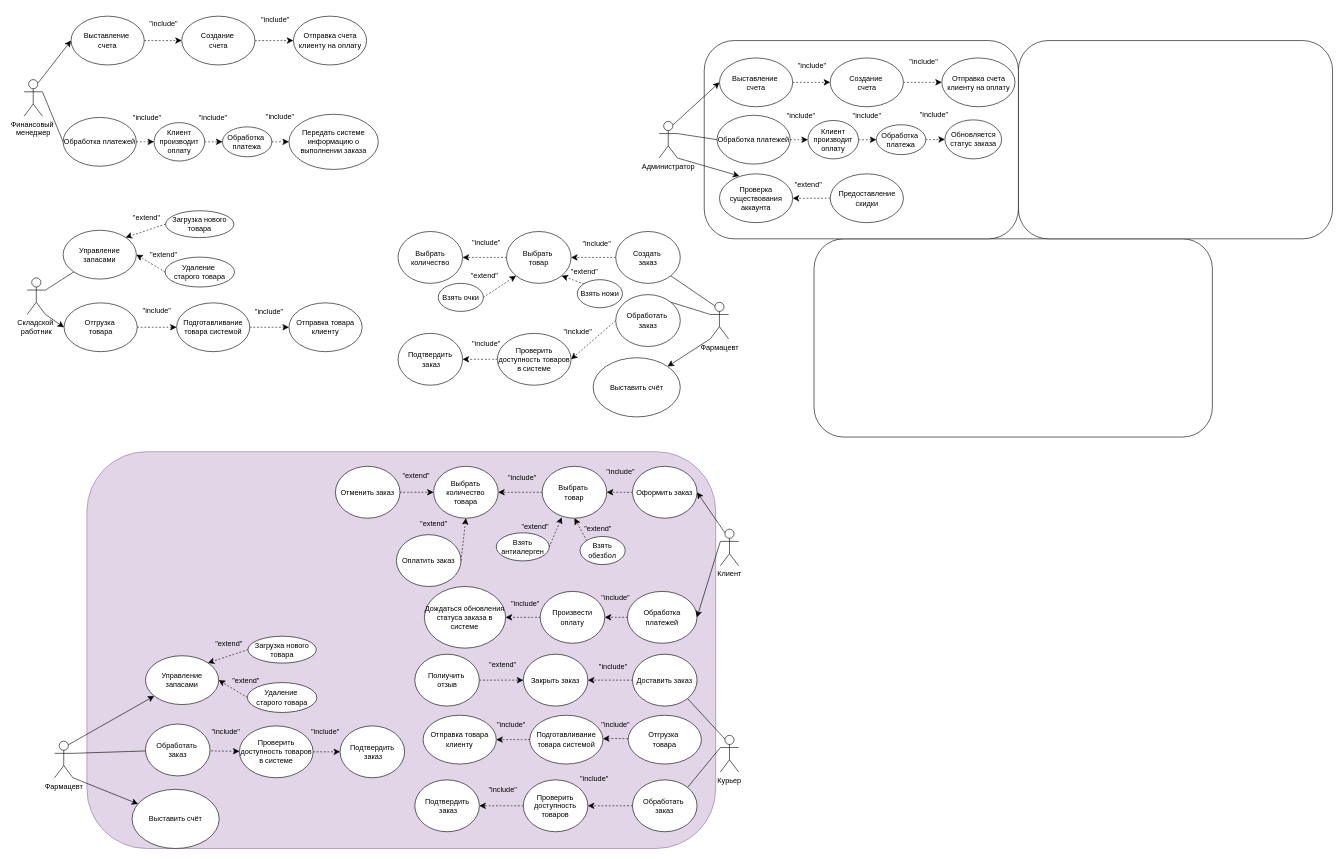
The draw.io diagram page "Page-1" (1 of 2) of 1.drawio in Helpmepleaseitishard/Aikms, before the edit. Source tidied: cells renumbered, new cells numbered last; positions are measured from the earlier drawing's top-left corner, leaving out a move shared by most shapes. Both pictures are drawn from the tidied source at 61%, with x=0, y=0 at pixel (24, 10).
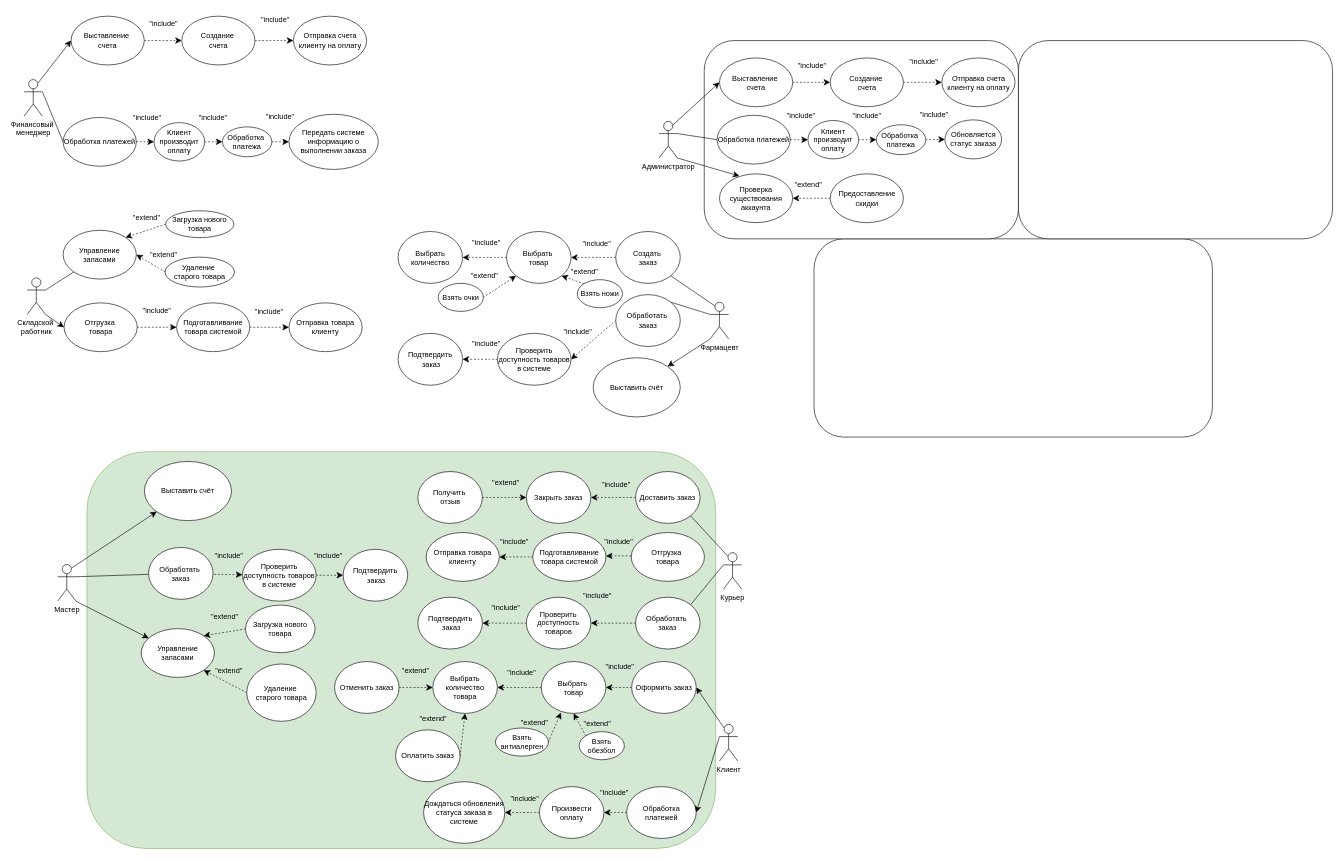
Above is the later version.

Diff of the diagram source:
```diff
@@
-    <mxCell id="2" style="rounded=1;whiteSpace=wrap;html=1;fillColor=#e1d5e7;strokeColor=#9673a6;" parent="1" vertex="1">
+    <mxCell id="2" style="rounded=1;whiteSpace=wrap;html=1;fillColor=#d5e8d4;strokeColor=#82b366;" parent="1" vertex="1">
       <mxGeometry x="103" y="723" width="1030.8" height="650.5" as="geometry" />
     </mxCell>
@@
     <mxCell id="51" value="Обработка платежей&lt;span style=&quot;&quot;&gt;&lt;br&gt;&lt;/span&gt;" style="ellipse;whiteSpace=wrap;html=1;" parent="1" vertex="1">
-      <mxGeometry x="989.1" y="952" width="114" height="85" as="geometry" />
+      <mxGeometry x="987.8" y="1272" width="114" height="85" as="geometry" />
     </mxCell>
@@
     <mxCell id="53" value="Произвести оплату" style="ellipse;whiteSpace=wrap;html=1;" parent="1" vertex="1">
-      <mxGeometry x="846.1" y="952" width="105.8" height="85" as="geometry" />
+      <mxGeometry x="844.8" y="1272" width="105.8" height="85" as="geometry" />
     </mxCell>
     <mxCell id="54" value="&lt;div&gt;Дождаться обновления статуса заказа в системе&lt;br&gt;&lt;/div&gt;" style="ellipse;whiteSpace=wrap;html=1;" parent="1" vertex="1">
-      <mxGeometry x="656.2" y="944" width="133.2" height="101" as="geometry" />
+      <mxGeometry x="654.9" y="1264" width="133.2" height="101" as="geometry" />
     </mxCell>
     <mxCell id="55" value="&lt;span style=&quot;&quot;&gt;&quot;include&quot;&lt;/span&gt;" style="text;html=1;align=center;verticalAlign=middle;whiteSpace=wrap;rounded=0;" parent="1" vertex="1">
-      <mxGeometry x="939.6" y="948" width="60" height="30" as="geometry" />
+      <mxGeometry x="938.2" y="1268" width="60" height="30" as="geometry" />
     </mxCell>
     <mxCell id="56" value="&lt;span style=&quot;&quot;&gt;&quot;include&quot;&lt;/span&gt;" style="text;html=1;align=center;verticalAlign=middle;whiteSpace=wrap;rounded=0;" parent="1" vertex="1">
-      <mxGeometry x="792.1" y="957" width="60" height="30" as="geometry" />
+      <mxGeometry x="790.8" y="1277" width="60" height="30" as="geometry" />
     </mxCell>
@@
     <mxCell id="81" value="Курьер" style="shape=umlActor;verticalLabelPosition=bottom;verticalAlign=top;html=1;outlineConnect=0;fontColor=#000000;" parent="1" vertex="1">
-      <mxGeometry x="1141.4" y="1188" width="30" height="60" as="geometry" />
+      <mxGeometry x="1146.4" y="888.5" width="30" height="60" as="geometry" />
     </mxCell>
@@
     <mxCell id="84" value="Клиент" style="shape=umlActor;verticalLabelPosition=bottom;verticalAlign=top;html=1;outlineConnect=0;fontColor=#000000;" parent="1" vertex="1">
-      <mxGeometry x="1141.4" y="850" width="30" height="60" as="geometry" />
+      <mxGeometry x="1140" y="1170" width="30" height="60" as="geometry" />
     </mxCell>
@@
     <mxCell id="86" value="Доставить заказ" style="ellipse;whiteSpace=wrap;html=1;fontColor=#000000;" parent="1" vertex="1">
-      <mxGeometry x="997.4" y="1055" width="105.8" height="85" as="geometry" />
+      <mxGeometry x="1002.4" y="755.5" width="105.8" height="85" as="geometry" />
     </mxCell>
@@
     <mxCell id="88" value="&lt;div&gt;&lt;span style=&quot;&quot;&gt;Обработать&amp;nbsp;&lt;/span&gt;&lt;/div&gt;&lt;div&gt;&lt;span style=&quot;&quot;&gt;заказ&lt;/span&gt;&lt;/div&gt;" style="ellipse;whiteSpace=wrap;html=1;fontColor=#000000;" parent="1" vertex="1">
-      <mxGeometry x="997.4" y="1261" width="105.8" height="85" as="geometry" />
+      <mxGeometry x="1002.4" y="961.5" width="105.8" height="85" as="geometry" />
     </mxCell>
@@
     <mxCell id="90" value="Закрыть заказ" style="ellipse;whiteSpace=wrap;html=1;fontColor=#000000;" parent="1" vertex="1">
-      <mxGeometry x="818.4" y="1055" width="105.8" height="85" as="geometry" />
+      <mxGeometry x="823.4" y="755.5" width="105.8" height="85" as="geometry" />
     </mxCell>
@@
     <mxCell id="92" value="Проверить доступность товаров" style="ellipse;whiteSpace=wrap;html=1;fontColor=#000000;" parent="1" vertex="1">
-      <mxGeometry x="818.4" y="1261" width="105.8" height="85" as="geometry" />
+      <mxGeometry x="823.4" y="961.5" width="105.8" height="85" as="geometry" />
     </mxCell>
-    <mxCell id="93" value="&lt;div&gt;Полиучить&amp;nbsp;&lt;/div&gt;&lt;div&gt;отзыв&lt;/div&gt;" style="ellipse;whiteSpace=wrap;html=1;fontColor=#000000;" parent="1" vertex="1">
-      <mxGeometry x="640.5" y="1055" width="105.8" height="85" as="geometry" />
+    <mxCell id="93" value="&lt;div&gt;Получить&amp;nbsp;&lt;/div&gt;&lt;div&gt;отзыв&lt;/div&gt;" style="ellipse;whiteSpace=wrap;html=1;fontColor=#000000;" parent="1" vertex="1">
+      <mxGeometry x="645.5" y="755.5" width="105.8" height="85" as="geometry" />
     </mxCell>
     <mxCell id="94" value="&lt;div&gt;Подтвердить&lt;/div&gt;&lt;div&gt;&amp;nbsp;заказ&lt;/div&gt;" style="ellipse;whiteSpace=wrap;html=1;fontColor=#000000;" parent="1" vertex="1">
-      <mxGeometry x="640.5" y="1261" width="105.8" height="85" as="geometry" />
+      <mxGeometry x="645.5" y="961.5" width="105.8" height="85" as="geometry" />
     </mxCell>
@@
     <mxCell id="108" value="Оформить заказ" style="ellipse;whiteSpace=wrap;html=1;fontColor=#000000;" parent="1" vertex="1">
-      <mxGeometry x="997.4" y="747" width="105.8" height="85" as="geometry" />
+      <mxGeometry x="996" y="1067" width="105.8" height="85" as="geometry" />
     </mxCell>
@@
     <mxCell id="110" value="&lt;div&gt;Выбрать&amp;nbsp;&lt;/div&gt;&lt;div&gt;товар&lt;/div&gt;" style="ellipse;whiteSpace=wrap;html=1;fontColor=#000000;" parent="1" vertex="1">
-      <mxGeometry x="849.3" y="747" width="105.8" height="85" as="geometry" />
+      <mxGeometry x="847.9" y="1067" width="105.8" height="85" as="geometry" />
     </mxCell>
     <mxCell id="111" value="Выбрать количество товара" style="ellipse;whiteSpace=wrap;html=1;fontColor=#000000;" parent="1" vertex="1">
-      <mxGeometry x="671.4" y="747" width="105.8" height="85" as="geometry" />
+      <mxGeometry x="670" y="1067" width="105.8" height="85" as="geometry" />
     </mxCell>
@@
     <mxCell id="113" value="Взять антиалерген" style="ellipse;whiteSpace=wrap;html=1;fontColor=#000000;" parent="1" vertex="1">
-      <mxGeometry x="774.1" y="856" width="86.8" height="46" as="geometry" />
+      <mxGeometry x="772.7" y="1176" width="86.8" height="46" as="geometry" />
     </mxCell>
@@
     <mxCell id="115" value="Взять обезбол" style="ellipse;whiteSpace=wrap;html=1;fontColor=#000000;" parent="1" vertex="1">
-      <mxGeometry x="911.4" y="862" width="74" height="46" as="geometry" />
+      <mxGeometry x="910" y="1182" width="74" height="46" as="geometry" />
     </mxCell>
     <mxCell id="116" value="&lt;span style=&quot;&quot;&gt;&quot;include&quot;&lt;/span&gt;" style="text;html=1;align=center;verticalAlign=middle;whiteSpace=wrap;rounded=0;fontColor=#000000;" parent="1" vertex="1">
-      <mxGeometry x="947.9" y="741" width="60" height="30" as="geometry" />
+      <mxGeometry x="946.5" y="1061" width="60" height="30" as="geometry" />
     </mxCell>
     <mxCell id="117" value="&lt;span style=&quot;&quot;&gt;&quot;include&quot;&lt;/span&gt;" style="text;html=1;align=center;verticalAlign=middle;whiteSpace=wrap;rounded=0;fontColor=#000000;" parent="1" vertex="1">
-      <mxGeometry x="786.9" y="751" width="60" height="30" as="geometry" />
+      <mxGeometry x="785.5" y="1071" width="60" height="30" as="geometry" />
     </mxCell>
     <mxCell id="118" value="&lt;span style=&quot;&quot;&gt;&quot;include&quot;&lt;/span&gt;" style="text;html=1;align=center;verticalAlign=middle;whiteSpace=wrap;rounded=0;fontColor=#000000;" parent="1" vertex="1">
-      <mxGeometry x="755.4" y="1263" width="60" height="30" as="geometry" />
+      <mxGeometry x="760.4" y="963.5" width="60" height="30" as="geometry" />
     </mxCell>
     <mxCell id="119" value="&lt;span style=&quot;&quot;&gt;&quot;include&quot;&lt;/span&gt;" style="text;html=1;align=center;verticalAlign=middle;whiteSpace=wrap;rounded=0;fontColor=#000000;" parent="1" vertex="1">
-      <mxGeometry x="905.4" y="1244" width="60" height="30" as="geometry" />
+      <mxGeometry x="910.4" y="944.5" width="60" height="30" as="geometry" />
     </mxCell>
     <mxCell id="120" value="&lt;span style=&quot;&quot;&gt;&quot;include&quot;&lt;/span&gt;" style="text;html=1;align=center;verticalAlign=middle;whiteSpace=wrap;rounded=0;fontColor=#000000;" parent="1" vertex="1">
-      <mxGeometry x="936.1" y="1061" width="60" height="30" as="geometry" />
+      <mxGeometry x="941.1" y="761.5" width="60" height="30" as="geometry" />
     </mxCell>
     <mxCell id="121" value="&quot;extend&quot;" style="text;html=1;align=center;verticalAlign=middle;whiteSpace=wrap;rounded=0;fontColor=#000000;" parent="1" vertex="1">
-      <mxGeometry x="755.4" y="1058" width="60" height="30" as="geometry" />
+      <mxGeometry x="760.4" y="758.5" width="60" height="30" as="geometry" />
     </mxCell>
@@
     <mxCell id="127" value="&quot;extend&quot;" style="text;html=1;align=center;verticalAlign=middle;whiteSpace=wrap;rounded=0;fontColor=#000000;" parent="1" vertex="1">
-      <mxGeometry x="808.4" y="832" width="60" height="30" as="geometry" />
+      <mxGeometry x="807" y="1152" width="60" height="30" as="geometry" />
     </mxCell>
     <mxCell id="128" value="&quot;extend&quot;" style="text;html=1;align=center;verticalAlign=middle;whiteSpace=wrap;rounded=0;fontColor=#000000;" parent="1" vertex="1">
-      <mxGeometry x="911.4" y="833.5" width="60" height="30" as="geometry" />
+      <mxGeometry x="910" y="1153.5" width="60" height="30" as="geometry" />
     </mxCell>
     <mxCell id="129" value="Отменить заказ" style="ellipse;whiteSpace=wrap;html=1;fontColor=#000000;" parent="1" vertex="1">
-      <mxGeometry x="510.4" y="747" width="105.8" height="85" as="geometry" />
+      <mxGeometry x="509" y="1067" width="105.8" height="85" as="geometry" />
     </mxCell>
@@
     <mxCell id="131" value="&quot;extend&quot;" style="text;html=1;align=center;verticalAlign=middle;whiteSpace=wrap;rounded=0;fontColor=#000000;" parent="1" vertex="1">
-      <mxGeometry x="612.9" y="747" width="60" height="30" as="geometry" />
+      <mxGeometry x="611.5" y="1067" width="60" height="30" as="geometry" />
     </mxCell>
     <mxCell id="132" value="Оплатить заказ" style="ellipse;whiteSpace=wrap;html=1;fontColor=#000000;" parent="1" vertex="1">
-      <mxGeometry x="610.4" y="859" width="105.8" height="85" as="geometry" />
+      <mxGeometry x="609" y="1179" width="105.8" height="85" as="geometry" />
     </mxCell>
@@
     <mxCell id="134" value="&quot;extend&quot;" style="text;html=1;align=center;verticalAlign=middle;whiteSpace=wrap;rounded=0;fontColor=#000000;" parent="1" vertex="1">
-      <mxGeometry x="641.9" y="826" width="60" height="30" as="geometry" />
+      <mxGeometry x="640.5" y="1146" width="60" height="30" as="geometry" />
     </mxCell>
@@
-    <mxCell id="141" style="edgeStyle=none;curved=1;rounded=0;jettySize=auto;html=1;exitX=1;exitY=1;exitDx=0;exitDy=0;exitPerimeter=0;fontSize=12;startSize=8;endSize=8;fontColor=#000000;" parent="1" edge="1" source="144" target="146">
+    <mxCell id="141" style="edgeStyle=none;curved=1;rounded=0;jettySize=auto;html=1;exitX=0.75;exitY=0.1;exitDx=0;exitDy=0;exitPerimeter=0;fontSize=12;startSize=8;endSize=8;fontColor=#000000;" parent="1" edge="1" source="144" target="146">
       <mxGeometry relative="1" as="geometry" />
     </mxCell>
@@
-    <mxCell id="143" style="edgeStyle=none;curved=1;rounded=0;jettySize=auto;html=1;exitX=0.75;exitY=0.1;exitDx=0;exitDy=0;exitPerimeter=0;fontSize=12;startSize=8;endSize=8;" parent="1" edge="1" source="144" target="151">
+    <mxCell id="143" style="edgeStyle=none;curved=1;rounded=0;jettySize=auto;html=1;exitX=1;exitY=1;exitDx=0;exitDy=0;exitPerimeter=0;fontSize=12;startSize=8;endSize=8;" parent="1" edge="1" source="144" target="151">
       <mxGeometry relative="1" as="geometry" />
     </mxCell>
-    <mxCell id="144" value="Фармацевт" style="shape=umlActor;verticalLabelPosition=bottom;verticalAlign=top;html=1;outlineConnect=0;" parent="1" vertex="1">
-      <mxGeometry x="50" y="1197.5" width="30" height="60" as="geometry" />
+    <mxCell id="144" value="Мастер" style="shape=umlActor;verticalLabelPosition=bottom;verticalAlign=top;html=1;outlineConnect=0;" parent="1" vertex="1">
+      <mxGeometry x="55" y="908" width="30" height="60" as="geometry" />
     </mxCell>
     <mxCell id="145" value="&lt;div&gt;&lt;span style=&quot;&quot;&gt;Обработать&amp;nbsp;&lt;/span&gt;&lt;/div&gt;&lt;div&gt;&lt;span style=&quot;&quot;&gt;заказ&lt;/span&gt;&lt;/div&gt;" style="ellipse;whiteSpace=wrap;html=1;" parent="1" vertex="1">
-      <mxGeometry x="199" y="1169.5" width="105.8" height="85" as="geometry" />
+      <mxGeometry x="204" y="880" width="105.8" height="85" as="geometry" />
     </mxCell>
     <mxCell id="146" value="&lt;div&gt;Выставить счёт &lt;br&gt;&lt;/div&gt;" style="ellipse;whiteSpace=wrap;html=1;" parent="1" vertex="1">
-      <mxGeometry x="177" y="1276.5" width="142.8" height="97" as="geometry" />
+      <mxGeometry x="197.2" y="739" width="142.8" height="97" as="geometry" />
     </mxCell>
     <mxCell id="147" value="Проверить доступность товаров в системе" style="ellipse;whiteSpace=wrap;html=1;" parent="1" vertex="1">
-      <mxGeometry x="353" y="1172.5" width="120.8" height="85" as="geometry" />
+      <mxGeometry x="358" y="883" width="120.8" height="85" as="geometry" />
     </mxCell>
     <mxCell id="148" value="&lt;span style=&quot;&quot;&gt;&quot;include&quot;&lt;/span&gt;" style="text;html=1;align=center;verticalAlign=middle;whiteSpace=wrap;rounded=0;" parent="1" vertex="1">
-      <mxGeometry x="463.5" y="1167.5" width="60" height="30" as="geometry" />
+      <mxGeometry x="468.5" y="878" width="60" height="30" as="geometry" />
     </mxCell>
     <mxCell id="149" value="&lt;div&gt;Подтвердить&lt;/div&gt;&lt;div&gt;&amp;nbsp;заказ&lt;/div&gt;" style="ellipse;whiteSpace=wrap;html=1;" parent="1" vertex="1">
-      <mxGeometry x="518" y="1172.5" width="105.8" height="85" as="geometry" />
+      <mxGeometry x="523" y="883" width="105.8" height="85" as="geometry" />
     </mxCell>
     <mxCell id="150" value="&lt;span style=&quot;&quot;&gt;&quot;include&quot;&lt;/span&gt;" style="text;html=1;align=center;verticalAlign=middle;whiteSpace=wrap;rounded=0;" parent="1" vertex="1">
-      <mxGeometry x="301" y="1167.5" width="60" height="30" as="geometry" />
+      <mxGeometry x="306" y="878" width="60" height="30" as="geometry" />
     </mxCell>
     <mxCell id="151" value="&lt;span style=&quot;&quot;&gt;Управление запасами&lt;/span&gt;" style="ellipse;whiteSpace=wrap;html=1;" parent="1" vertex="1">
-      <mxGeometry x="199" y="1057.5" width="120" height="80" as="geometry" />
+      <mxGeometry x="192" y="1013" width="120" height="80" as="geometry" />
     </mxCell>
@@
     <mxCell id="153" value="Загрузка нового товара" style="ellipse;whiteSpace=wrap;html=1;" parent="1" vertex="1">
-      <mxGeometry x="367" y="1025.5" width="112" height="44" as="geometry" />
+      <mxGeometry x="363" y="974.5" width="114" height="78" as="geometry" />
     </mxCell>
-    <mxCell id="154" style="edgeStyle=none;curved=1;rounded=0;jettySize=auto;html=1;exitX=0;exitY=0.5;exitDx=0;exitDy=0;entryX=1;entryY=0.5;entryDx=0;entryDy=0;fontSize=12;startSize=8;endSize=8;dashed=1;fontColor=#000000;" parent="1" edge="1" source="155" target="151">
+    <mxCell id="154" style="edgeStyle=none;curved=1;rounded=0;jettySize=auto;html=1;exitX=0;exitY=0.5;exitDx=0;exitDy=0;entryX=1;entryY=1;entryDx=0;entryDy=0;fontSize=12;startSize=8;endSize=8;dashed=1;fontColor=#000000;" parent="1" edge="1" source="155" target="151">
       <mxGeometry relative="1" as="geometry" />
     </mxCell>
     <mxCell id="155" value="&lt;div&gt;Удаление&amp;nbsp;&lt;/div&gt;&lt;div&gt;старого товара&lt;/div&gt;" style="ellipse;whiteSpace=wrap;html=1;" parent="1" vertex="1">
-      <mxGeometry x="366.1" y="1101.5" width="113.8" height="49" as="geometry" />
+      <mxGeometry x="365" y="1071" width="113.8" height="94" as="geometry" />
     </mxCell>
     <mxCell id="156" value="&quot;extend&quot;" style="text;html=1;align=center;verticalAlign=middle;whiteSpace=wrap;rounded=0;" parent="1" vertex="1">
-      <mxGeometry x="333.5" y="1082.5" width="60" height="30" as="geometry" />
+      <mxGeometry x="306" y="1067" width="60" height="30" as="geometry" />
     </mxCell>
     <mxCell id="157" value="&quot;extend&quot;" style="text;html=1;align=center;verticalAlign=middle;whiteSpace=wrap;rounded=0;" parent="1" vertex="1">
-      <mxGeometry x="306.1" y="1022.5" width="60" height="30" as="geometry" />
+      <mxGeometry x="299.1" y="978" width="60" height="30" as="geometry" />
     </mxCell>
     <mxCell id="158" style="edgeStyle=none;curved=1;rounded=0;jettySize=auto;html=1;fontSize=12;startSize=8;endSize=8;dashed=1;fontColor=#000000;" parent="1" edge="1" source="159" target="161">
       <mxGeometry relative="1" as="geometry">
         <Array as="points">
-          <mxPoint x="970" y="1193" />
+          <mxPoint x="975" y="893.5" />
         </Array>
       </mxGeometry>
     </mxCell>
     <mxCell id="159" value="&lt;div&gt;&lt;span style=&quot;&quot;&gt;Отгрузка&amp;nbsp;&lt;/span&gt;&lt;/div&gt;&lt;div&gt;&lt;span style=&quot;&quot;&gt;товара&lt;/span&gt;&lt;/div&gt;" style="ellipse;whiteSpace=wrap;html=1;" parent="1" vertex="1">
-      <mxGeometry x="990.3" y="1155" width="120" height="80" as="geometry" />
+      <mxGeometry x="995.3" y="855.5" width="120" height="80" as="geometry" />
     </mxCell>
@@
     <mxCell id="161" value="Подготавливание товара системой" style="ellipse;whiteSpace=wrap;html=1;" parent="1" vertex="1">
-      <mxGeometry x="828.9" y="1155" width="120" height="80" as="geometry" />
+      <mxGeometry x="833.9" y="855.5" width="120" height="80" as="geometry" />
     </mxCell>
     <mxCell id="162" value="Отправка товара клиенту" style="ellipse;whiteSpace=wrap;html=1;" parent="1" vertex="1">
-      <mxGeometry x="654.1" y="1155" width="120" height="80" as="geometry" />
+      <mxGeometry x="659.1" y="855.5" width="120" height="80" as="geometry" />
     </mxCell>
     <mxCell id="163" value="&lt;span style=&quot;&quot;&gt;&quot;include&quot;&lt;/span&gt;" style="text;html=1;align=center;verticalAlign=middle;whiteSpace=wrap;rounded=0;" parent="1" vertex="1">
-      <mxGeometry x="939.6" y="1155" width="60" height="30" as="geometry" />
+      <mxGeometry x="944.6" y="855.5" width="60" height="30" as="geometry" />
     </mxCell>
     <mxCell id="164" value="&lt;span style=&quot;&quot;&gt;&quot;include&quot;&lt;/span&gt;" style="text;html=1;align=center;verticalAlign=middle;whiteSpace=wrap;rounded=0;" parent="1" vertex="1">
-      <mxGeometry x="768.9" y="1155" width="60" height="30" as="geometry" />
+      <mxGeometry x="773.9" y="855.5" width="60" height="30" as="geometry" />
     </mxCell>
```
